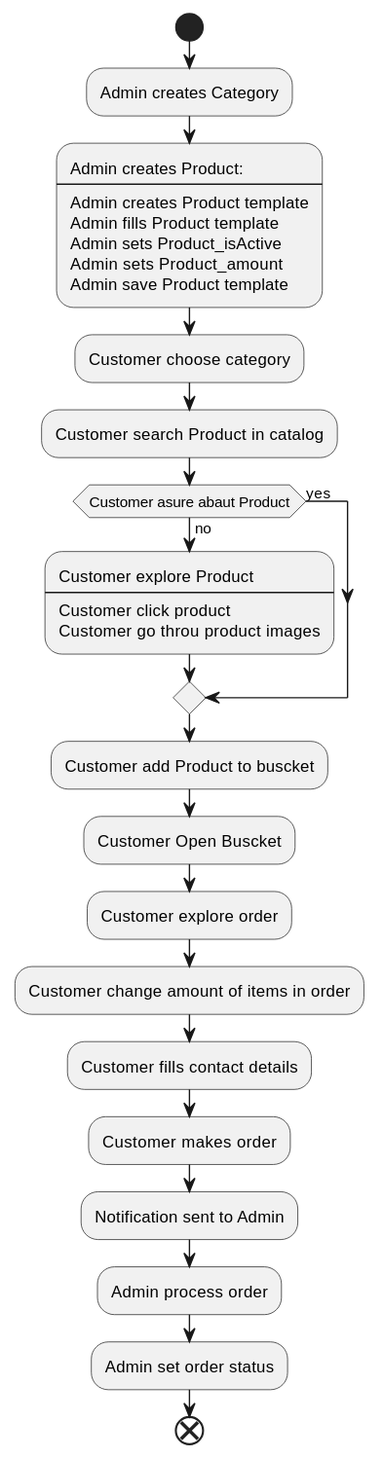
Above: out/uml/product.process/product.process.svg in Dominus8/e-note.group (PlantUML), before the change.
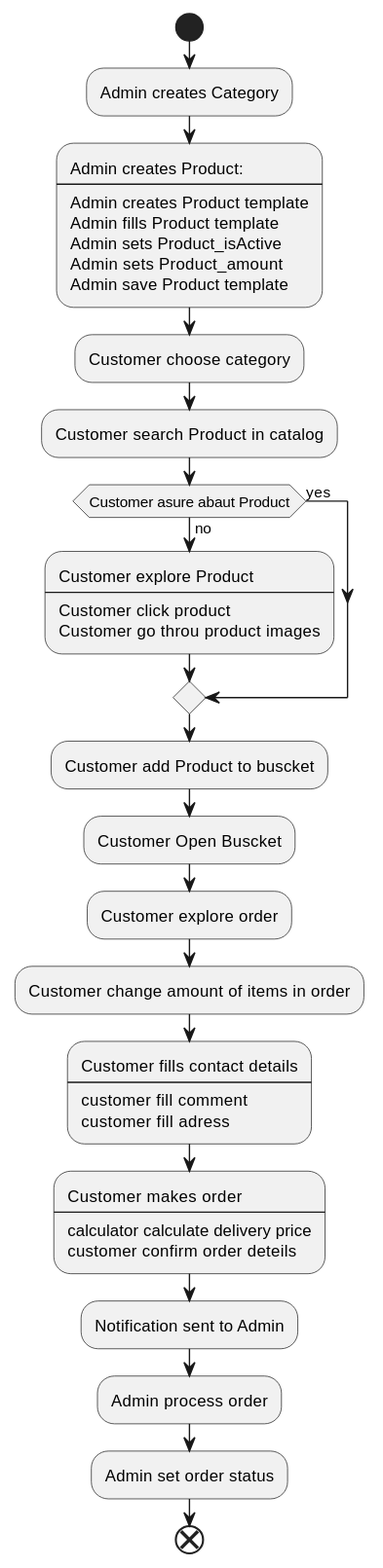
Above is the later version.

Commit message:
worked on order

Diff of the diagram source:
```diff
@@ -26,8 +26,15 @@
     :Customer Open Buscket;
     :Customer explore order;
     :Customer change amount of items in order;
-    :Customer fills contact details;
-    :Customer makes order;
+    :Customer fills contact details
+    ----
+    customer fill comment
+    customer fill adress;
+
+    :Customer makes order
+    ----
+    calculator calculate delivery price
+    customer confirm order deteils;
 
     :Notification sent to Admin;
     :Admin process order;
```
